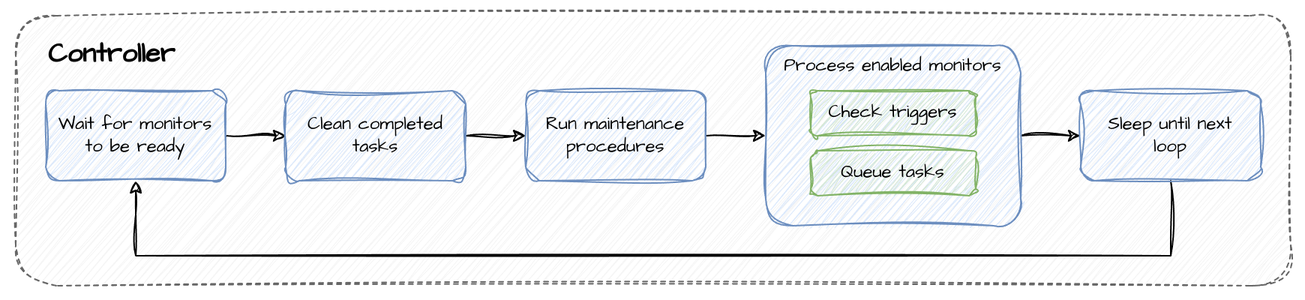
Above: docs/images/controller.png in GabrielSalla/sentinela (draw.io), before the change. Source tidied: cells renumbered, new cells last; positions are measured from the earlier drawing's top-left corner, leaving out a move shared by most shapes. Source of this version:
```xml
<mxGraphModel>
  <root>
    <mxCell id="0" />
    <mxCell id="1" parent="0" />
    <mxCell id="2" style="rounded=1;whiteSpace=wrap;html=1;dashed=1;strokeColor=none;sketch=1;curveFitting=1;jiggle=2;fontFamily=Architects Daughter;" parent="1" vertex="1">
      <mxGeometry width="870" height="200" as="geometry" />
    </mxCell>
    <mxCell id="3" value="&lt;div&gt;&lt;br&gt;&lt;/div&gt;" style="rounded=1;whiteSpace=wrap;html=1;fillColor=#f5f5f5;fontColor=#333333;strokeColor=#666666;dashed=1;sketch=1;curveFitting=1;jiggle=2;fontSize=15;fontFamily=Architects Daughter;" parent="1" vertex="1">
      <mxGeometry x="10" y="10" width="850" height="180" as="geometry" />
    </mxCell>
    <mxCell id="4" value="Controller" style="text;html=1;align=left;verticalAlign=middle;whiteSpace=wrap;rounded=0;fontFamily=Architects Daughter;fontSize=18;fontStyle=1;" parent="1" vertex="1">
      <mxGeometry x="30" y="20" width="100" height="30" as="geometry" />
    </mxCell>
    <mxCell id="5" style="edgeStyle=orthogonalEdgeStyle;rounded=0;sketch=1;hachureGap=4;jiggle=2;curveFitting=1;jettySize=auto;html=1;exitX=1;exitY=0.5;exitDx=0;exitDy=0;entryX=0;entryY=0.5;entryDx=0;entryDy=0;fontFamily=Architects Daughter;fontSource=https%3A%2F%2Ffonts.googleapis.com%2Fcss%3Ffamily%3DArchitects%2BDaughter;" parent="1" edge="1" source="6" target="8">
      <mxGeometry relative="1" as="geometry" />
    </mxCell>
    <mxCell id="6" value="Wait for monitors to be ready" style="rounded=1;whiteSpace=wrap;html=1;fontSize=12;fillColor=#dae8fc;strokeColor=#6c8ebf;sketch=1;curveFitting=1;jiggle=2;fontFamily=Architects Daughter;" parent="1" vertex="1">
      <mxGeometry x="30" y="60" width="120" height="60" as="geometry" />
    </mxCell>
    <mxCell id="7" style="edgeStyle=orthogonalEdgeStyle;rounded=0;sketch=1;hachureGap=4;jiggle=2;curveFitting=1;jettySize=auto;html=1;exitX=1;exitY=0.5;exitDx=0;exitDy=0;entryX=0;entryY=0.5;entryDx=0;entryDy=0;fontFamily=Architects Daughter;fontSource=https%3A%2F%2Ffonts.googleapis.com%2Fcss%3Ffamily%3DArchitects%2BDaughter;" parent="1" edge="1" source="8" target="16">
      <mxGeometry relative="1" as="geometry" />
    </mxCell>
    <mxCell id="8" value="Clean completed tasks" style="rounded=1;whiteSpace=wrap;html=1;fontSize=12;fillColor=#dae8fc;strokeColor=#6c8ebf;sketch=1;curveFitting=1;jiggle=2;fontFamily=Architects Daughter;" parent="1" vertex="1">
      <mxGeometry x="190" y="60" width="120" height="60" as="geometry" />
    </mxCell>
    <mxCell id="9" style="edgeStyle=orthogonalEdgeStyle;rounded=0;sketch=1;hachureGap=4;jiggle=2;curveFitting=1;jettySize=auto;html=1;exitX=1;exitY=0.5;exitDx=0;exitDy=0;entryX=0;entryY=0.5;entryDx=0;entryDy=0;fontFamily=Architects Daughter;fontSource=https%3A%2F%2Ffonts.googleapis.com%2Fcss%3Ffamily%3DArchitects%2BDaughter;" parent="1" edge="1" source="10" target="14">
      <mxGeometry relative="1" as="geometry" />
    </mxCell>
    <mxCell id="10" value="Process enabled monitors" style="rounded=1;whiteSpace=wrap;html=1;fontSize=12;fillColor=#dae8fc;strokeColor=#6c8ebf;sketch=1;curveFitting=1;jiggle=2;fontFamily=Architects Daughter;verticalAlign=top;" parent="1" vertex="1">
      <mxGeometry x="510" y="30" width="170" height="120" as="geometry" />
    </mxCell>
    <mxCell id="11" value="&lt;div style=&quot;font-size: 12px;&quot;&gt;Check triggers&lt;/div&gt;" style="rounded=1;whiteSpace=wrap;html=1;sketch=1;hachureGap=4;jiggle=2;curveFitting=1;fontFamily=Architects Daughter;fontSource=https%3A%2F%2Ffonts.googleapis.com%2Fcss%3Ffamily%3DArchitects%2BDaughter;fontSize=12;fillColor=#d5e8d4;strokeColor=#82b366;" parent="1" vertex="1">
      <mxGeometry x="540" y="60" width="110" height="30" as="geometry" />
    </mxCell>
    <mxCell id="12" value="&lt;div style=&quot;font-size: 12px;&quot;&gt;Queue tasks&lt;/div&gt;" style="rounded=1;whiteSpace=wrap;html=1;sketch=1;hachureGap=4;jiggle=2;curveFitting=1;fontFamily=Architects Daughter;fontSource=https%3A%2F%2Ffonts.googleapis.com%2Fcss%3Ffamily%3DArchitects%2BDaughter;fontSize=12;fillColor=#d5e8d4;strokeColor=#82b366;" parent="1" vertex="1">
      <mxGeometry x="540" y="100" width="110" height="30" as="geometry" />
    </mxCell>
    <mxCell id="13" style="edgeStyle=orthogonalEdgeStyle;rounded=0;sketch=1;hachureGap=4;jiggle=2;curveFitting=1;jettySize=auto;html=1;exitX=0.5;exitY=1;exitDx=0;exitDy=0;entryX=0.5;entryY=1;entryDx=0;entryDy=0;fontFamily=Architects Daughter;fontSource=https%3A%2F%2Ffonts.googleapis.com%2Fcss%3Ffamily%3DArchitects%2BDaughter;" parent="1" edge="1" source="14" target="6">
      <mxGeometry relative="1" as="geometry">
        <Array as="points">
          <mxPoint x="780" y="170" />
          <mxPoint x="90" y="170" />
        </Array>
      </mxGeometry>
    </mxCell>
    <mxCell id="14" value="Sleep until next&lt;div&gt;loop&lt;/div&gt;" style="rounded=1;whiteSpace=wrap;html=1;fontSize=12;fillColor=#dae8fc;strokeColor=#6c8ebf;sketch=1;curveFitting=1;jiggle=2;fontFamily=Architects Daughter;" parent="1" vertex="1">
      <mxGeometry x="720" y="60" width="120" height="60" as="geometry" />
    </mxCell>
    <mxCell id="15" style="edgeStyle=orthogonalEdgeStyle;rounded=0;sketch=1;hachureGap=4;jiggle=2;curveFitting=1;jettySize=auto;html=1;exitX=1;exitY=0.5;exitDx=0;exitDy=0;entryX=0;entryY=0.5;entryDx=0;entryDy=0;fontFamily=Architects Daughter;fontSource=https%3A%2F%2Ffonts.googleapis.com%2Fcss%3Ffamily%3DArchitects%2BDaughter;" parent="1" edge="1" source="16" target="10">
      <mxGeometry relative="1" as="geometry" />
    </mxCell>
    <mxCell id="16" value="Run maintenance procedures" style="rounded=1;whiteSpace=wrap;html=1;fontSize=12;fillColor=#dae8fc;strokeColor=#6c8ebf;sketch=1;curveFitting=1;jiggle=2;fontFamily=Architects Daughter;" parent="1" vertex="1">
      <mxGeometry x="350" y="60" width="120" height="60" as="geometry" />
    </mxCell>
  </root>
</mxGraphModel>
```
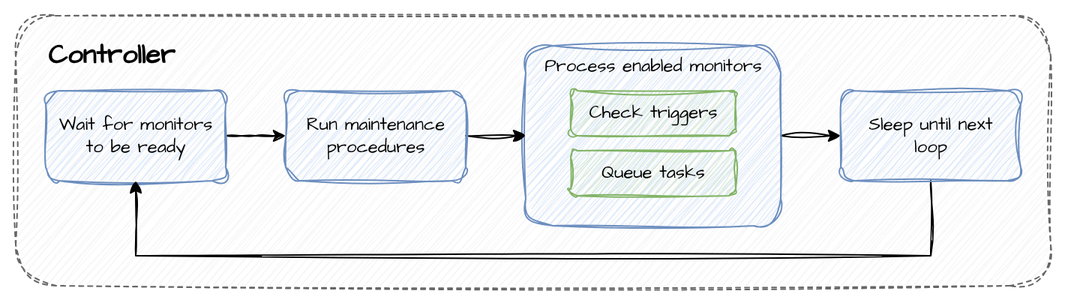
After the change.

Commit message:
update controller and executor diagrams

The edit, as a diff of the source:
```diff
@@ -3,54 +3,50 @@
     <mxCell id="0" />
     <mxCell id="1" parent="0" />
     <mxCell id="2" style="rounded=1;whiteSpace=wrap;html=1;dashed=1;strokeColor=none;sketch=1;curveFitting=1;jiggle=2;fontFamily=Architects Daughter;" parent="1" vertex="1">
-      <mxGeometry width="870" height="200" as="geometry" />
+      <mxGeometry x="10" y="30" width="710" height="200" as="geometry" />
     </mxCell>
     <mxCell id="3" value="&lt;div&gt;&lt;br&gt;&lt;/div&gt;" style="rounded=1;whiteSpace=wrap;html=1;fillColor=#f5f5f5;fontColor=#333333;strokeColor=#666666;dashed=1;sketch=1;curveFitting=1;jiggle=2;fontSize=15;fontFamily=Architects Daughter;" parent="1" vertex="1">
-      <mxGeometry x="10" y="10" width="850" height="180" as="geometry" />
+      <mxGeometry x="20" y="40" width="690" height="180" as="geometry" />
     </mxCell>
-    <mxCell id="4" value="Controller" style="text;html=1;align=left;verticalAlign=middle;whiteSpace=wrap;rounded=0;fontFamily=Architects Daughter;fontSize=18;fontStyle=1;" parent="1" vertex="1">
-      <mxGeometry x="30" y="20" width="100" height="30" as="geometry" />
+    <mxCell id="4" value="Controller" style="text;html=1;align=left;verticalAlign=middle;whiteSpace=wrap;rounded=0;fontFamily=Architects Daughter;fontSize=18;fontStyle=1;sketch=1;curveFitting=1;jiggle=2;" parent="1" vertex="1">
+      <mxGeometry x="40" y="50" width="100" height="30" as="geometry" />
     </mxCell>
-    <mxCell id="5" style="edgeStyle=orthogonalEdgeStyle;rounded=0;sketch=1;hachureGap=4;jiggle=2;curveFitting=1;jettySize=auto;html=1;exitX=1;exitY=0.5;exitDx=0;exitDy=0;entryX=0;entryY=0.5;entryDx=0;entryDy=0;fontFamily=Architects Daughter;fontSource=https%3A%2F%2Ffonts.googleapis.com%2Fcss%3Ffamily%3DArchitects%2BDaughter;" parent="1" edge="1" source="6" target="8">
-      <mxGeometry relative="1" as="geometry" />
+    <mxCell id="5" style="edgeStyle=orthogonalEdgeStyle;rounded=0;sketch=1;hachureGap=4;jiggle=2;curveFitting=1;jettySize=auto;html=1;exitX=1;exitY=0.5;exitDx=0;exitDy=0;entryX=0;entryY=0.5;entryDx=0;entryDy=0;fontFamily=Architects Daughter;fontSource=https%3A%2F%2Ffonts.googleapis.com%2Fcss%3Ffamily%3DArchitects%2BDaughter;" parent="1" edge="1" source="6">
+      <mxGeometry relative="1" as="geometry">
+        <mxPoint x="200" y="120" as="targetPoint" />
+      </mxGeometry>
     </mxCell>
     <mxCell id="6" value="Wait for monitors to be ready" style="rounded=1;whiteSpace=wrap;html=1;fontSize=12;fillColor=#dae8fc;strokeColor=#6c8ebf;sketch=1;curveFitting=1;jiggle=2;fontFamily=Architects Daughter;" parent="1" vertex="1">
-      <mxGeometry x="30" y="60" width="120" height="60" as="geometry" />
+      <mxGeometry x="40" y="90" width="120" height="60" as="geometry" />
     </mxCell>
-    <mxCell id="7" style="edgeStyle=orthogonalEdgeStyle;rounded=0;sketch=1;hachureGap=4;jiggle=2;curveFitting=1;jettySize=auto;html=1;exitX=1;exitY=0.5;exitDx=0;exitDy=0;entryX=0;entryY=0.5;entryDx=0;entryDy=0;fontFamily=Architects Daughter;fontSource=https%3A%2F%2Ffonts.googleapis.com%2Fcss%3Ffamily%3DArchitects%2BDaughter;" parent="1" edge="1" source="8" target="16">
+    <mxCell id="7" style="edgeStyle=orthogonalEdgeStyle;rounded=0;sketch=1;hachureGap=4;jiggle=2;curveFitting=1;jettySize=auto;html=1;exitX=1;exitY=0.5;exitDx=0;exitDy=0;entryX=0;entryY=0.5;entryDx=0;entryDy=0;fontFamily=Architects Daughter;fontSource=https%3A%2F%2Ffonts.googleapis.com%2Fcss%3Ffamily%3DArchitects%2BDaughter;" parent="1" edge="1" source="8" target="12">
       <mxGeometry relative="1" as="geometry" />
     </mxCell>
-    <mxCell id="8" value="Clean completed tasks" style="rounded=1;whiteSpace=wrap;html=1;fontSize=12;fillColor=#dae8fc;strokeColor=#6c8ebf;sketch=1;curveFitting=1;jiggle=2;fontFamily=Architects Daughter;" parent="1" vertex="1">
-      <mxGeometry x="190" y="60" width="120" height="60" as="geometry" />
+    <mxCell id="8" value="Process enabled monitors" style="rounded=1;whiteSpace=wrap;html=1;fontSize=12;fillColor=#dae8fc;strokeColor=#6c8ebf;sketch=1;curveFitting=1;jiggle=2;fontFamily=Architects Daughter;verticalAlign=top;" parent="1" vertex="1">
+      <mxGeometry x="360" y="60" width="170" height="120" as="geometry" />
     </mxCell>
-    <mxCell id="9" style="edgeStyle=orthogonalEdgeStyle;rounded=0;sketch=1;hachureGap=4;jiggle=2;curveFitting=1;jettySize=auto;html=1;exitX=1;exitY=0.5;exitDx=0;exitDy=0;entryX=0;entryY=0.5;entryDx=0;entryDy=0;fontFamily=Architects Daughter;fontSource=https%3A%2F%2Ffonts.googleapis.com%2Fcss%3Ffamily%3DArchitects%2BDaughter;" parent="1" edge="1" source="10" target="14">
-      <mxGeometry relative="1" as="geometry" />
+    <mxCell id="9" value="&lt;div style=&quot;font-size: 12px;&quot;&gt;Check triggers&lt;/div&gt;" style="rounded=1;whiteSpace=wrap;html=1;sketch=1;hachureGap=4;jiggle=2;curveFitting=1;fontFamily=Architects Daughter;fontSource=https%3A%2F%2Ffonts.googleapis.com%2Fcss%3Ffamily%3DArchitects%2BDaughter;fontSize=12;fillColor=#d5e8d4;strokeColor=#82b366;" parent="1" vertex="1">
+      <mxGeometry x="390" y="90" width="110" height="30" as="geometry" />
     </mxCell>
-    <mxCell id="10" value="Process enabled monitors" style="rounded=1;whiteSpace=wrap;html=1;fontSize=12;fillColor=#dae8fc;strokeColor=#6c8ebf;sketch=1;curveFitting=1;jiggle=2;fontFamily=Architects Daughter;verticalAlign=top;" parent="1" vertex="1">
-      <mxGeometry x="510" y="30" width="170" height="120" as="geometry" />
+    <mxCell id="10" value="&lt;div style=&quot;font-size: 12px;&quot;&gt;Queue tasks&lt;/div&gt;" style="rounded=1;whiteSpace=wrap;html=1;sketch=1;hachureGap=4;jiggle=2;curveFitting=1;fontFamily=Architects Daughter;fontSource=https%3A%2F%2Ffonts.googleapis.com%2Fcss%3Ffamily%3DArchitects%2BDaughter;fontSize=12;fillColor=#d5e8d4;strokeColor=#82b366;" parent="1" vertex="1">
+      <mxGeometry x="390" y="130" width="110" height="30" as="geometry" />
     </mxCell>
-    <mxCell id="11" value="&lt;div style=&quot;font-size: 12px;&quot;&gt;Check triggers&lt;/div&gt;" style="rounded=1;whiteSpace=wrap;html=1;sketch=1;hachureGap=4;jiggle=2;curveFitting=1;fontFamily=Architects Daughter;fontSource=https%3A%2F%2Ffonts.googleapis.com%2Fcss%3Ffamily%3DArchitects%2BDaughter;fontSize=12;fillColor=#d5e8d4;strokeColor=#82b366;" parent="1" vertex="1">
-      <mxGeometry x="540" y="60" width="110" height="30" as="geometry" />
+    <mxCell id="11" style="edgeStyle=orthogonalEdgeStyle;rounded=0;sketch=1;hachureGap=4;jiggle=2;curveFitting=1;jettySize=auto;html=1;exitX=0.5;exitY=1;exitDx=0;exitDy=0;entryX=0.5;entryY=1;entryDx=0;entryDy=0;fontFamily=Architects Daughter;fontSource=https%3A%2F%2Ffonts.googleapis.com%2Fcss%3Ffamily%3DArchitects%2BDaughter;" parent="1" edge="1" source="12" target="6">
+      <mxGeometry relative="1" as="geometry">
+        <Array as="points">
+          <mxPoint x="630" y="200" />
+          <mxPoint x="100" y="200" />
+        </Array>
+      </mxGeometry>
     </mxCell>
-    <mxCell id="12" value="&lt;div style=&quot;font-size: 12px;&quot;&gt;Queue tasks&lt;/div&gt;" style="rounded=1;whiteSpace=wrap;html=1;sketch=1;hachureGap=4;jiggle=2;curveFitting=1;fontFamily=Architects Daughter;fontSource=https%3A%2F%2Ffonts.googleapis.com%2Fcss%3Ffamily%3DArchitects%2BDaughter;fontSize=12;fillColor=#d5e8d4;strokeColor=#82b366;" parent="1" vertex="1">
-      <mxGeometry x="540" y="100" width="110" height="30" as="geometry" />
+    <mxCell id="12" value="Sleep until next&lt;div&gt;loop&lt;/div&gt;" style="rounded=1;whiteSpace=wrap;html=1;fontSize=12;fillColor=#dae8fc;strokeColor=#6c8ebf;sketch=1;curveFitting=1;jiggle=2;fontFamily=Architects Daughter;" parent="1" vertex="1">
+      <mxGeometry x="570" y="90" width="120" height="60" as="geometry" />
     </mxCell>
-    <mxCell id="13" style="edgeStyle=orthogonalEdgeStyle;rounded=0;sketch=1;hachureGap=4;jiggle=2;curveFitting=1;jettySize=auto;html=1;exitX=0.5;exitY=1;exitDx=0;exitDy=0;entryX=0.5;entryY=1;entryDx=0;entryDy=0;fontFamily=Architects Daughter;fontSource=https%3A%2F%2Ffonts.googleapis.com%2Fcss%3Ffamily%3DArchitects%2BDaughter;" parent="1" edge="1" source="14" target="6">
-      <mxGeometry relative="1" as="geometry">
-        <Array as="points">
-          <mxPoint x="780" y="170" />
-          <mxPoint x="90" y="170" />
-        </Array>
-      </mxGeometry>
+    <mxCell id="13" style="edgeStyle=orthogonalEdgeStyle;rounded=0;sketch=1;hachureGap=4;jiggle=2;curveFitting=1;jettySize=auto;html=1;exitX=1;exitY=0.5;exitDx=0;exitDy=0;entryX=0;entryY=0.5;entryDx=0;entryDy=0;fontFamily=Architects Daughter;fontSource=https%3A%2F%2Ffonts.googleapis.com%2Fcss%3Ffamily%3DArchitects%2BDaughter;" parent="1" edge="1" source="14" target="8">
+      <mxGeometry relative="1" as="geometry" />
     </mxCell>
-    <mxCell id="14" value="Sleep until next&lt;div&gt;loop&lt;/div&gt;" style="rounded=1;whiteSpace=wrap;html=1;fontSize=12;fillColor=#dae8fc;strokeColor=#6c8ebf;sketch=1;curveFitting=1;jiggle=2;fontFamily=Architects Daughter;" parent="1" vertex="1">
-      <mxGeometry x="720" y="60" width="120" height="60" as="geometry" />
+    <mxCell id="14" value="Run maintenance procedures" style="rounded=1;whiteSpace=wrap;html=1;fontSize=12;fillColor=#dae8fc;strokeColor=#6c8ebf;sketch=1;curveFitting=1;jiggle=2;fontFamily=Architects Daughter;" parent="1" vertex="1">
+      <mxGeometry x="200" y="90" width="120" height="60" as="geometry" />
     </mxCell>
-    <mxCell id="15" style="edgeStyle=orthogonalEdgeStyle;rounded=0;sketch=1;hachureGap=4;jiggle=2;curveFitting=1;jettySize=auto;html=1;exitX=1;exitY=0.5;exitDx=0;exitDy=0;entryX=0;entryY=0.5;entryDx=0;entryDy=0;fontFamily=Architects Daughter;fontSource=https%3A%2F%2Ffonts.googleapis.com%2Fcss%3Ffamily%3DArchitects%2BDaughter;" parent="1" edge="1" source="16" target="10">
-      <mxGeometry relative="1" as="geometry" />
-    </mxCell>
-    <mxCell id="16" value="Run maintenance procedures" style="rounded=1;whiteSpace=wrap;html=1;fontSize=12;fillColor=#dae8fc;strokeColor=#6c8ebf;sketch=1;curveFitting=1;jiggle=2;fontFamily=Architects Daughter;" parent="1" vertex="1">
-      <mxGeometry x="350" y="60" width="120" height="60" as="geometry" />
-    </mxCell>
   </root>
 </mxGraphModel>
```
